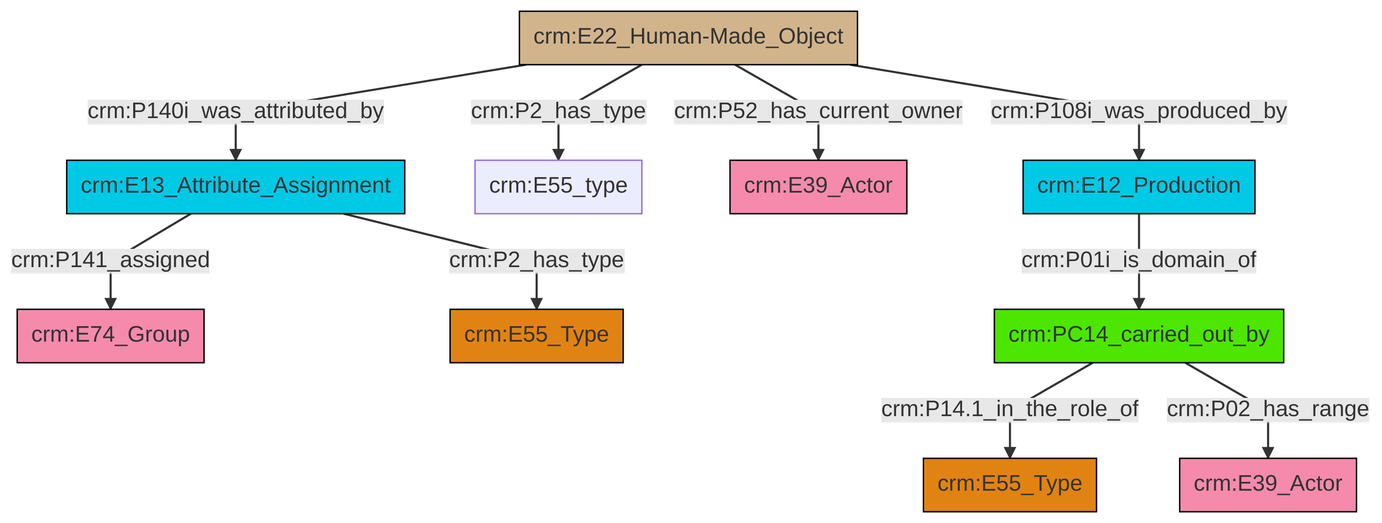
The Mermaid diagram et/builtWorkCSV/ttl/mmd/png/Built_Work_actor_relations.png in swiss-art-research-net/reference-data-models, before a commit. Its source is kept beside it as et/builtWorkCSV/ttl/mmd/Built_Work_actor_relations.ttl.mmd.
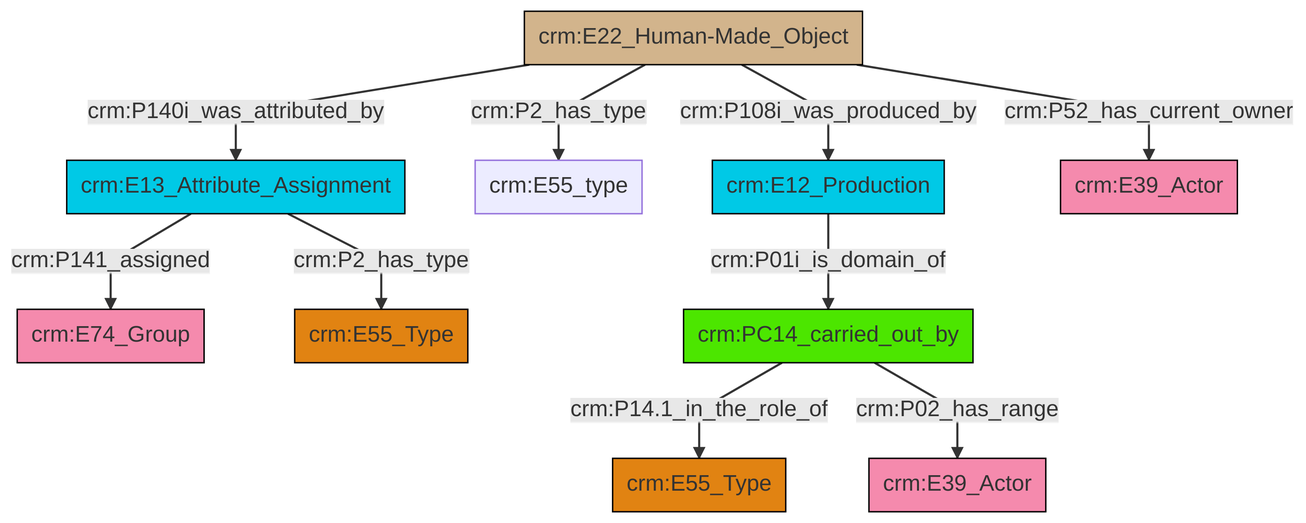
The same diagram one commit later.

What changed in the source:
```diff
@@ -13,12 +13,12 @@
 classDef PC_Classes fill:#4ce600, stroke:#000000;
 classDef Multi fill:#cccccc,stroke:#000000;
 
+0["crm:E22_Human-Made_Object"]:::Physical_Thing -->|crm:P140i_was_attributed_by| 2["crm:E13_Attribute_Assignment"]:::Temporal_Entity
+5["crm:PC14_carried_out_by"]:::PC_Classes -->|crm:P14.1_in_the_role_of| 6["crm:E55_Type"]:::Type
+0["crm:E22_Human-Made_Object"]:::Physical_Thing -->|crm:P2_has_type| 7["crm:E55_type"]:::Default
+0["crm:E22_Human-Made_Object"]:::Physical_Thing -->|crm:P108i_was_produced_by| 9["crm:E12_Production"]:::Temporal_Entity
+5["crm:PC14_carried_out_by"]:::PC_Classes -->|crm:P02_has_range| 10["crm:E39_Actor"]:::Actor
+9["crm:E12_Production"]:::Temporal_Entity -->|crm:P01i_is_domain_of| 5["crm:PC14_carried_out_by"]:::PC_Classes
+0["crm:E22_Human-Made_Object"]:::Physical_Thing -->|crm:P52_has_current_owner| 16["crm:E39_Actor"]:::Actor
 2["crm:E13_Attribute_Assignment"]:::Temporal_Entity -->|crm:P141_assigned| 3["crm:E74_Group"]:::Actor
-0["crm:E22_Human-Made_Object"]:::Physical_Thing -->|crm:P140i_was_attributed_by| 2["crm:E13_Attribute_Assignment"]:::Temporal_Entity
-4["crm:E12_Production"]:::Temporal_Entity -->|crm:P01i_is_domain_of| 6["crm:PC14_carried_out_by"]:::PC_Classes
-6["crm:PC14_carried_out_by"]:::PC_Classes -->|crm:P14.1_in_the_role_of| 7["crm:E55_Type"]:::Type
-0["crm:E22_Human-Made_Object"]:::Physical_Thing -->|crm:P2_has_type| 8["crm:E55_type"]:::Default
-6["crm:PC14_carried_out_by"]:::PC_Classes -->|crm:P02_has_range| 10["crm:E39_Actor"]:::Actor
 2["crm:E13_Attribute_Assignment"]:::Temporal_Entity -->|crm:P2_has_type| 11["crm:E55_Type"]:::Type
-0["crm:E22_Human-Made_Object"]:::Physical_Thing -->|crm:P52_has_current_owner| 13["crm:E39_Actor"]:::Actor
-0["crm:E22_Human-Made_Object"]:::Physical_Thing -->|crm:P108i_was_produced_by| 4["crm:E12_Production"]:::Temporal_Entity
```
